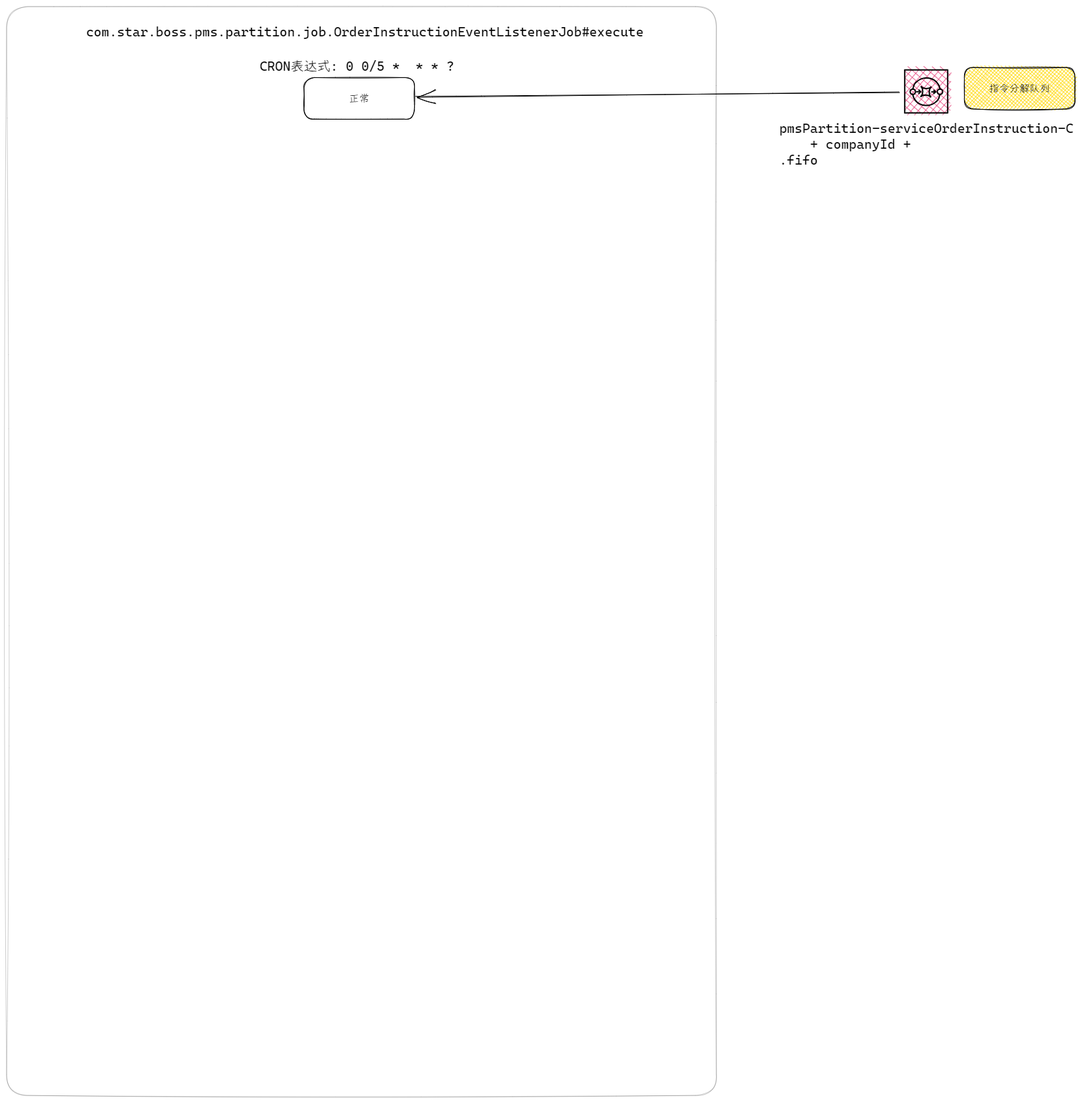
Earlier version of the Excalidraw export starboss/指令分解流程.excalidraw.png (XujinCoding/Excalidraw). Source tidied: one line per element, renumbered; positions are measured from the earlier drawing's top-left corner, leaving out a move shared by most shapes. Source of this version:
```json
{"id": 0, "type": "rectangle", "strokeColor": "#000000", "backgroundColor": "#e6498088", "fillStyle": "cross-hatch", "strokeWidth": 2, "roughness": 0, "x": 1359, "y": 96, "width": 65, "height": 65}
{"id": 1, "type": "ellipse", "strokeColor": "#000000", "strokeWidth": 2, "roughness": 0, "round": true, "x": 1367, "y": 125, "width": 8, "height": 8}
{"id": 2, "type": "ellipse", "strokeColor": "#000000", "strokeWidth": 2, "roughness": 0, "round": true, "x": 1408, "y": 125, "width": 8, "height": 8}
{"id": 3, "type": "line", "strokeColor": "#000000", "strokeWidth": 2, "roughness": 0, "round": true, "x": 1384, "y": 121, "width": 3, "height": 15, "points": [[0, 0], [2, 4], [2, 8], [1, 12], [-1, 15]]}
{"id": 4, "type": "line", "strokeColor": "#000000", "angle": 1.57, "strokeWidth": 2, "roughness": 0, "round": true, "x": 1391, "y": 115, "width": 3, "height": 15, "points": [[0, 0], [2, 4], [2, 8], [1, 12], [-1, 15]]}
{"id": 5, "type": "line", "strokeColor": "#000000", "angle": 3.14, "strokeWidth": 2, "roughness": 0, "round": true, "x": 1397, "y": 122, "width": 3, "height": 15, "points": [[0, 0], [2, 4], [2, 8], [1, 12], [-1, 15]]}
{"id": 6, "type": "line", "strokeColor": "#000000", "angle": 4.71, "strokeWidth": 2, "roughness": 0, "round": true, "x": 1390, "y": 128, "width": 3, "height": 15, "points": [[0, 0], [2, 4], [2, 8], [1, 12], [-1, 15]]}
{"id": 7, "type": "line", "strokeColor": "#000000", "strokeWidth": 2, "roughness": 0, "x": 1378, "y": 129, "width": 6, "height": 5, "points": [[0, 0], [6, 0], [3, -3], [6, 0], [3, 3]]}
{"id": 8, "type": "line", "strokeColor": "#000000", "strokeWidth": 2, "roughness": 0, "x": 1400, "y": 129, "width": 6, "height": 5, "points": [[0, 0], [6, 0], [3, -3], [6, 0], [3, 3]]}
{"id": 9, "type": "line", "strokeColor": "#000000", "strokeWidth": 2, "roughness": 0, "round": true, "x": 1371, "y": 125, "width": 41, "height": 17, "points": [[0, 0], [3, -8], [8, -13], [15, -16], [22, -17], [30, -15], [35, -11], [40, -5], [41, 0]]}
{"id": 10, "type": "line", "strokeColor": "#000000", "angle": 3.14, "strokeWidth": 2, "roughness": 0, "round": true, "x": 1371, "y": 150, "width": 41, "height": 17, "points": [[0, 0], [3, -8], [8, -13], [15, -16], [22, -17], [30, -15], [35, -11], [40, -5], [41, 0]]}
{"id": 11, "type": "text", "text": "pmsPartition-serviceOrderInstruction-C\n    + companyId +\n.fifo", "strokeColor": "#000000", "strokeWidth": 1, "roughness": 1, "fontSize": 20, "fontFamily": 3, "x": 1169, "y": 171, "width": 445, "height": 72}
{"id": 12, "type": "rectangle", "strokeColor": "#000000", "backgroundColor": "#ffd700", "fillStyle": "cross-hatch", "strokeWidth": 1, "roughness": 1, "round": true, "x": 1449, "y": 92, "width": 167, "height": 63}
{"id": 13, "type": "text", "text": "指令分解队列", "strokeColor": "#000000", "backgroundColor": "#228be6", "fillStyle": "hachure", "strokeWidth": 1, "roughness": 1, "fontSize": 15.5, "fontFamily": 3, "textAlign": "center", "verticalAlign": "middle", "inside": 12, "x": 1487, "y": 115, "width": 93, "height": 18}
{"id": 14, "type": "rectangle", "strokeColor": "#000000", "strokeWidth": 1, "roughness": 1, "opacity": 20, "round": true, "x": 0, "y": 0, "width": 1074, "height": 1647}
{"id": 15, "type": "arrow", "strokeColor": "#000000", "strokeWidth": 1, "roughness": 1, "endArrowhead": "arrow", "round": true, "from": 0, "to": 16, "x": 1350, "y": 130, "width": 731, "height": 6, "points": [[0, 0], [-731, 6]]}
{"id": 16, "type": "rectangle", "strokeColor": "#000000", "strokeWidth": 1, "roughness": 1, "round": true, "x": 450, "y": 107, "width": 167, "height": 63}
{"id": 17, "type": "text", "text": "正常", "strokeColor": "#000000", "backgroundColor": "#228be6", "fillStyle": "hachure", "strokeWidth": 1, "roughness": 1, "fontSize": 15.5, "fontFamily": 3, "textAlign": "center", "verticalAlign": "middle", "inside": 16, "x": 518, "y": 130, "width": 31, "height": 18}
{"id": 18, "type": "text", "text": "com.star.boss.pms.partition.job.OrderInstructionEventListenerJob#execute", "strokeColor": "#000000", "strokeWidth": 1, "roughness": 1, "fontSize": 20, "fontFamily": 3, "x": 120, "y": 26, "width": 844, "height": 24}
{"id": 19, "type": "text", "text": "CRON表达式: 0 0/5 *  * * ?", "strokeColor": "#000000", "strokeWidth": 1, "roughness": 1, "fontSize": 20, "fontFamily": 3, "x": 383, "y": 77, "width": 294, "height": 24}
```
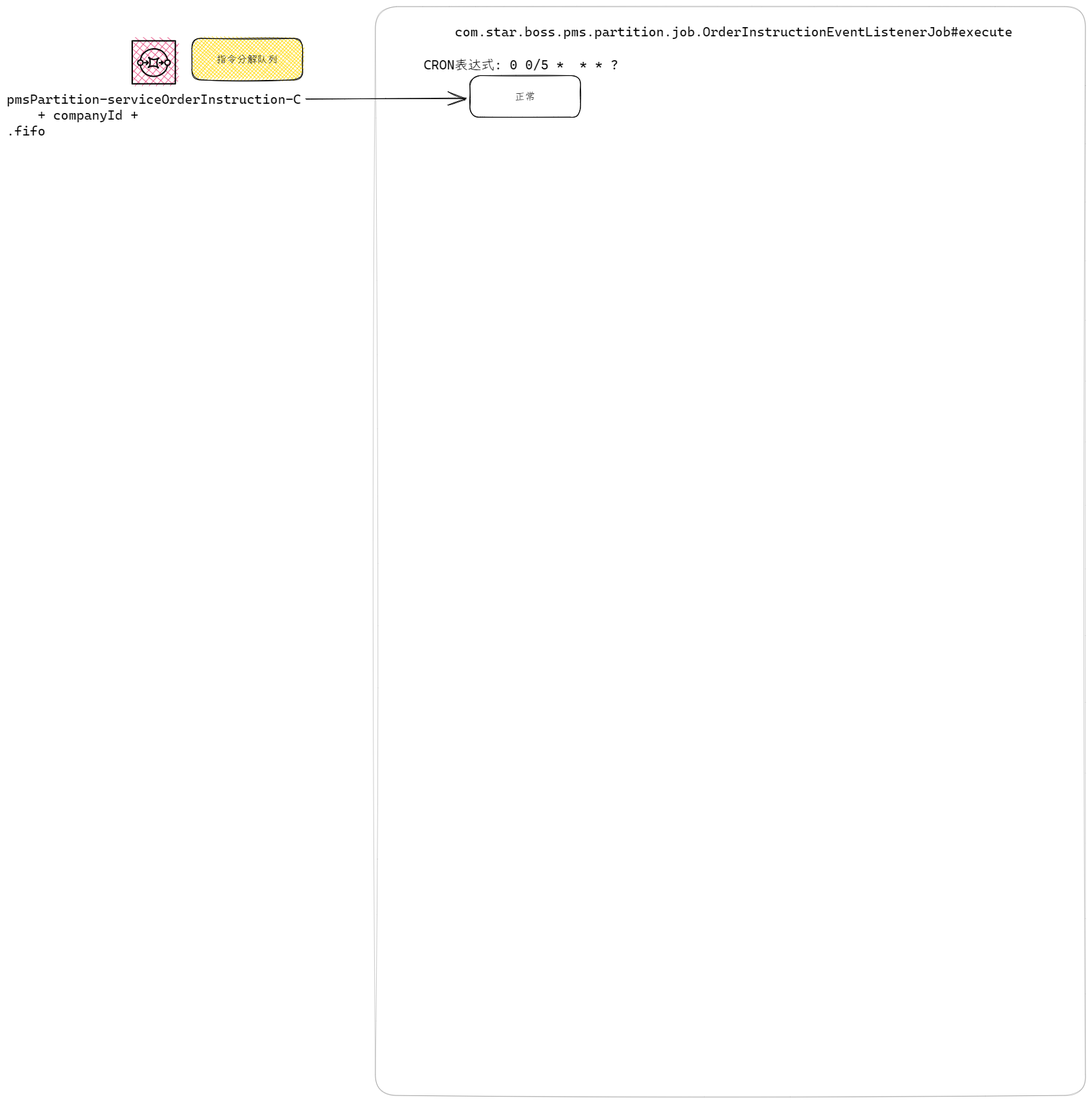
The same file after the commit.

The edit, as a diff of the source:
```diff
@@ -12,9 +12,9 @@
 {"id": 11, "type": "text", "text": "pmsPartition-serviceOrderInstruction-C\n    + companyId +\n.fifo", "strokeColor": "#000000", "strokeWidth": 1, "roughness": 1, "fontSize": 20, "fontFamily": 3, "x": 1169, "y": 171, "width": 445, "height": 72}
 {"id": 12, "type": "rectangle", "strokeColor": "#000000", "backgroundColor": "#ffd700", "fillStyle": "cross-hatch", "strokeWidth": 1, "roughness": 1, "round": true, "x": 1449, "y": 92, "width": 167, "height": 63}
 {"id": 13, "type": "text", "text": "指令分解队列", "strokeColor": "#000000", "backgroundColor": "#228be6", "fillStyle": "hachure", "strokeWidth": 1, "roughness": 1, "fontSize": 15.5, "fontFamily": 3, "textAlign": "center", "verticalAlign": "middle", "inside": 12, "x": 1487, "y": 115, "width": 93, "height": 18}
-{"id": 14, "type": "rectangle", "strokeColor": "#000000", "strokeWidth": 1, "roughness": 1, "opacity": 20, "round": true, "x": 0, "y": 0, "width": 1074, "height": 1647}
+{"id": 14, "type": "rectangle", "strokeColor": "#000000", "strokeWidth": 1, "roughness": 1, "opacity": 20, "round": true, "x": 1727, "y": 44, "width": 1074, "height": 1647}
-{"id": 15, "type": "arrow", "strokeColor": "#000000", "strokeWidth": 1, "roughness": 1, "endArrowhead": "arrow", "round": true, "from": 0, "to": 16, "x": 1350, "y": 130, "width": 731, "height": 6, "points": [[0, 0], [-731, 6]]}
-{"id": 16, "type": "rectangle", "strokeColor": "#000000", "strokeWidth": 1, "roughness": 1, "round": true, "x": 450, "y": 107, "width": 167, "height": 63}
+{"id": 16, "type": "rectangle", "strokeColor": "#000000", "strokeWidth": 1, "roughness": 1, "round": true, "x": 1870, "y": 148, "width": 167, "height": 63}
-{"id": 17, "type": "text", "text": "正常", "strokeColor": "#000000", "backgroundColor": "#228be6", "fillStyle": "hachure", "strokeWidth": 1, "roughness": 1, "fontSize": 15.5, "fontFamily": 3, "textAlign": "center", "verticalAlign": "middle", "inside": 16, "x": 518, "y": 130, "width": 31, "height": 18}
+{"id": 17, "type": "text", "text": "正常", "strokeColor": "#000000", "backgroundColor": "#228be6", "fillStyle": "hachure", "strokeWidth": 1, "roughness": 1, "fontSize": 15.5, "fontFamily": 3, "textAlign": "center", "verticalAlign": "middle", "inside": 16, "x": 1938, "y": 171, "width": 31, "height": 18}
-{"id": 18, "type": "text", "text": "com.star.boss.pms.partition.job.OrderInstructionEventListenerJob#execute", "strokeColor": "#000000", "strokeWidth": 1, "roughness": 1, "fontSize": 20, "fontFamily": 3, "x": 120, "y": 26, "width": 844, "height": 24}
+{"id": 18, "type": "text", "text": "com.star.boss.pms.partition.job.OrderInstructionEventListenerJob#execute", "strokeColor": "#000000", "strokeWidth": 1, "roughness": 1, "fontSize": 20, "fontFamily": 3, "x": 1847, "y": 70, "width": 844, "height": 24}
-{"id": 19, "type": "text", "text": "CRON表达式: 0 0/5 *  * * ?", "strokeColor": "#000000", "strokeWidth": 1, "roughness": 1, "fontSize": 20, "fontFamily": 3, "x": 383, "y": 77, "width": 294, "height": 24}
+{"id": 19, "type": "text", "text": "CRON表达式: 0 0/5 *  * * ?", "strokeColor": "#000000", "strokeWidth": 1, "roughness": 1, "fontSize": 20, "fontFamily": 3, "x": 1800, "y": 119, "width": 294, "height": 24}
+{"id": 20, "type": "arrow", "strokeColor": "#000000", "strokeWidth": 1, "roughness": 1, "endArrowhead": "arrow", "round": true, "from": 11, "to": 16, "x": 1622, "y": 183, "width": 243, "height": 1, "points": [[0, 0], [243, -1]]}
```
